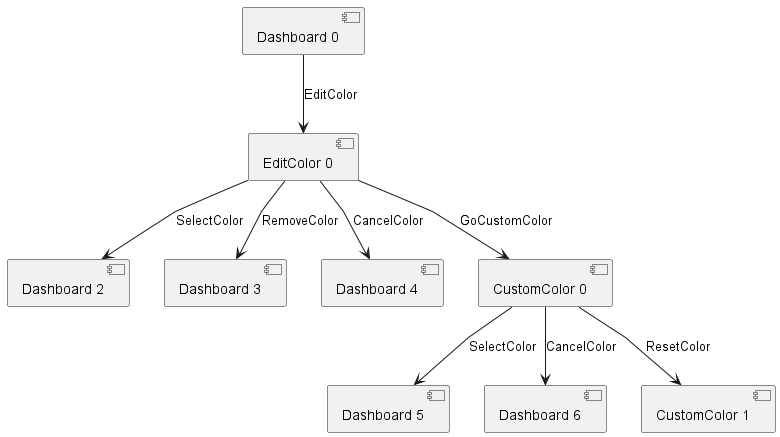
JoaoCostaIFG/tvvs keeps this PlantUML diagram as assignments/4_model_based_testing/transition_trees/transition_tree_3.png. Above is the earlier version.
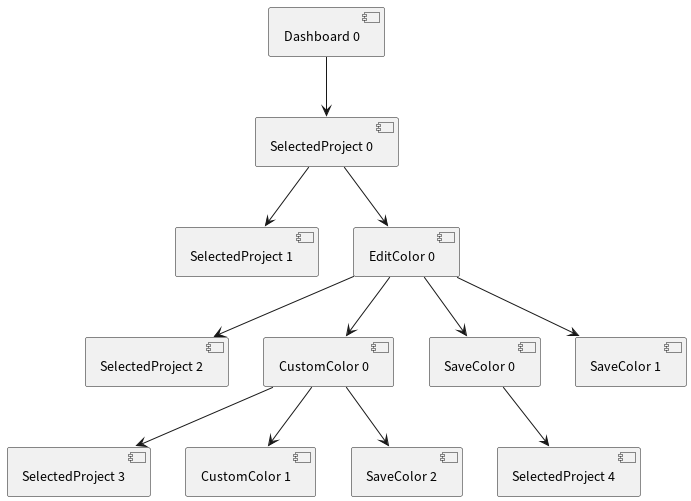
The same diagram one commit later.

What changed in the source:
```diff
@@ -1,13 +1,19 @@
 @startuml
 skinparam linetype polyline
-[Dashboard 0] -d-> [EditColor 0] : EditColor
+[Dashboard 0] -d-> [SelectedProject 0]
 
-[EditColor 0] -d-> [Dashboard 2] : SelectColor
-[EditColor 0] -d-> [Dashboard 3] : RemoveColor
-[EditColor 0] -d-> [Dashboard 4] : CancelColor
-[EditColor 0] -d-> [CustomColor 0] : GoCustomColor
+[SelectedProject 0] -d-> [SelectedProject 1]
+[SelectedProject 0] -d-> [EditColor 0]
 
-[CustomColor 0] -d-> [Dashboard 5] : SelectColor
-[CustomColor 0] -d-> [Dashboard 6] : CancelColor
-[CustomColor 0] -d-> [CustomColor 1] : ResetColor
+[EditColor 0] -d-> [SelectedProject 2]
+[EditColor 0] -d-> [CustomColor 0]
+[EditColor 0] -d-> [SaveColor 0]
+[EditColor 0] -d-> [SaveColor 1]
+
+[CustomColor 0] -d-> [SelectedProject 3]
+[CustomColor 0] -d-> [CustomColor 1]
+[CustomColor 0] -d-> [SaveColor 2]
+
+[SaveColor 0] -d-> [SelectedProject 4]
+
 @enduml
```
